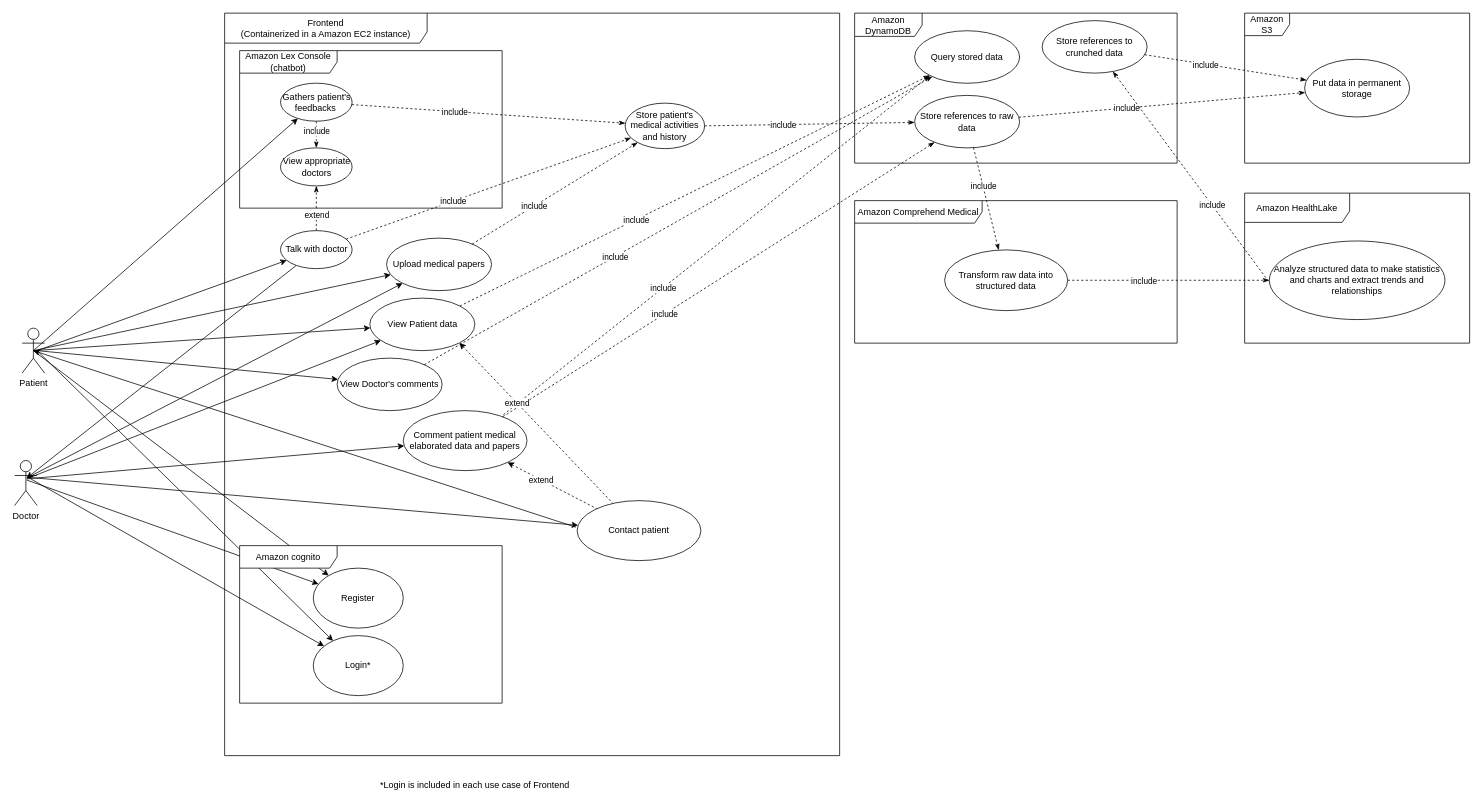
Earlier version of the draw.io diagram drafts/appMicroserviziSDCC.drawio (caballo-domestico/joy-bot). Source tidied: cells renumbered, new cells numbered last; positions are measured from the earlier drawing's top-left corner, leaving out a move shared by most shapes. Both pictures are drawn from the tidied source at 75%, with x=0, y=0 at pixel (14, 13).
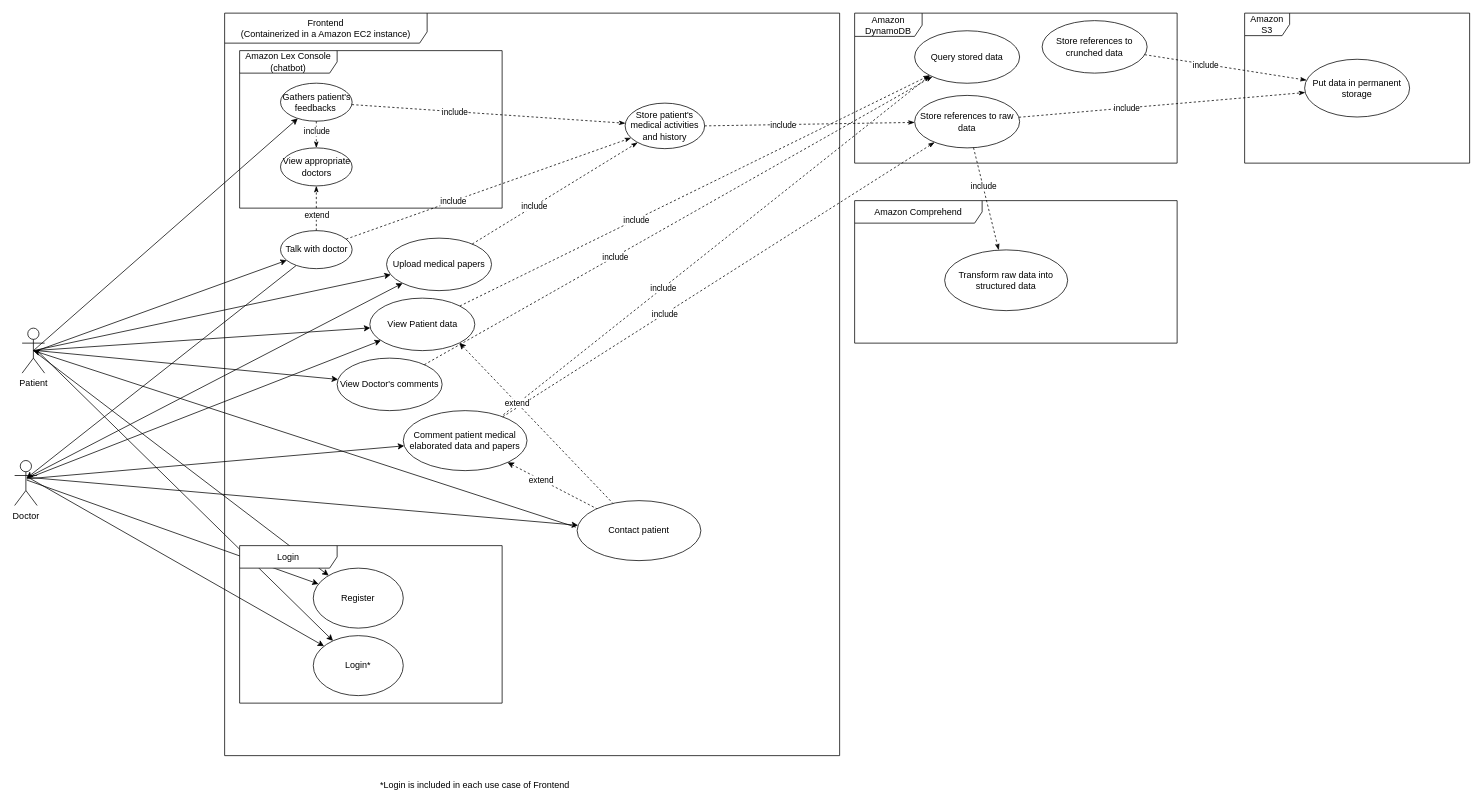
After the change.

Unchanged cells that the change refers to:
```xml
<mxCell id="28" value="Transform raw data into structured data" style="ellipse;whiteSpace=wrap;html=1;" parent="1" vertex="1">
  <mxGeometry x="1240" y="315.7" width="164.1" height="81" as="geometry" />
</mxCell>
<mxCell id="58" value="Store references to crunched data" style="ellipse;whiteSpace=wrap;html=1;" parent="1" vertex="1">
  <mxGeometry x="1370" y="10" width="140" height="70" as="geometry" />
</mxCell>
```

Diff of the diagram source:
```diff
@@
-    <mxCell id="4" value="Amazon Comprehend Medical" style="shape=umlFrame;whiteSpace=wrap;html=1;width=170;height=30;" parent="1" vertex="1">
+    <mxCell id="4" value="Amazon Comprehend" style="shape=umlFrame;whiteSpace=wrap;html=1;width=170;height=30;" parent="1" vertex="1">
       <mxGeometry x="1120" y="250" width="430" height="190" as="geometry" />
     </mxCell>
-    <mxCell id="5" value="Amazon HealthLake" style="shape=umlFrame;whiteSpace=wrap;html=1;width=140;height=39;" parent="1" vertex="1">
-      <mxGeometry x="1640" y="240" width="300" height="200" as="geometry" />
-    </mxCell>
@@
-    <mxCell id="29" style="endArrow=classicThin;dashed=1;html=1;rounded=0;endFill=1;" parent="1" edge="1" source="28" target="65">
-      <mxGeometry relative="1" as="geometry" />
-    </mxCell>
-    <mxCell id="30" value="include" style="edgeLabel;html=1;align=center;verticalAlign=middle;" parent="29" vertex="1">
-      <mxGeometry x="-0.25" relative="1" as="geometry" />
-    </mxCell>
@@
-    <mxCell id="61" style="endArrow=classicThin;dashed=1;html=1;rounded=0;endFill=1;exitX=0.01;exitY=0.558;exitDx=0;exitDy=0;exitPerimeter=0;" parent="1" edge="1" source="65" target="58">
-      <mxGeometry relative="1" as="geometry" />
-    </mxCell>
-    <mxCell id="62" value="include" style="edgeLabel;html=1;align=center;verticalAlign=middle;" parent="61" vertex="1">
-      <mxGeometry x="-0.25" relative="1" as="geometry" />
-    </mxCell>
@@
-    <mxCell id="65" value="Analyze structured data to make statistics and charts and extract trends and relationships" style="ellipse;whiteSpace=wrap;html=1;" parent="1" vertex="1">
-      <mxGeometry x="1673" y="303.8" width="234.1" height="104.8" as="geometry" />
-    </mxCell>
@@
-    <mxCell id="70" value="Amazon cognito" style="shape=umlFrame;whiteSpace=wrap;html=1;width=130;height=30;" parent="1" vertex="1">
+    <mxCell id="70" value="Login" style="shape=umlFrame;whiteSpace=wrap;html=1;width=130;height=30;" parent="1" vertex="1">
       <mxGeometry x="300" y="710" width="350" height="210" as="geometry" />
     </mxCell>
```
